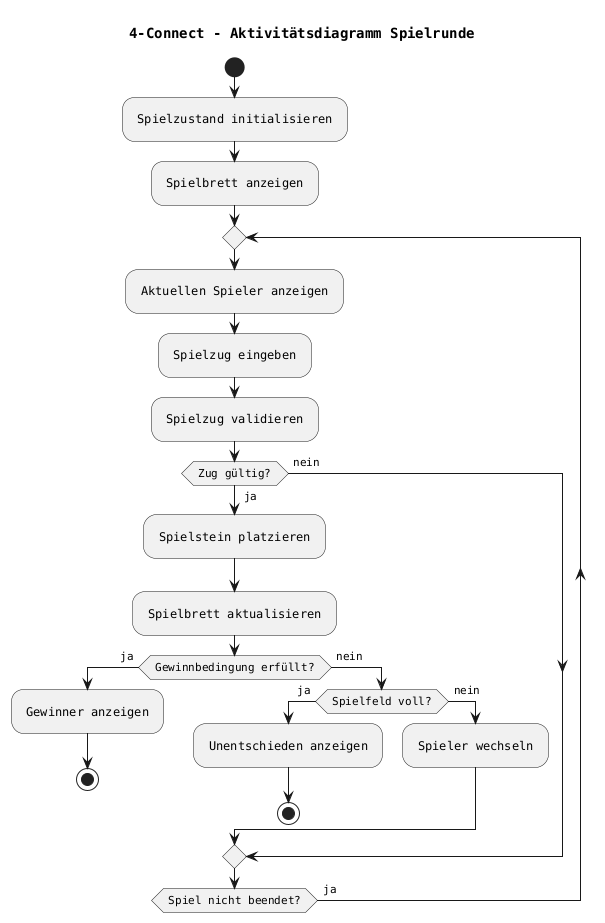
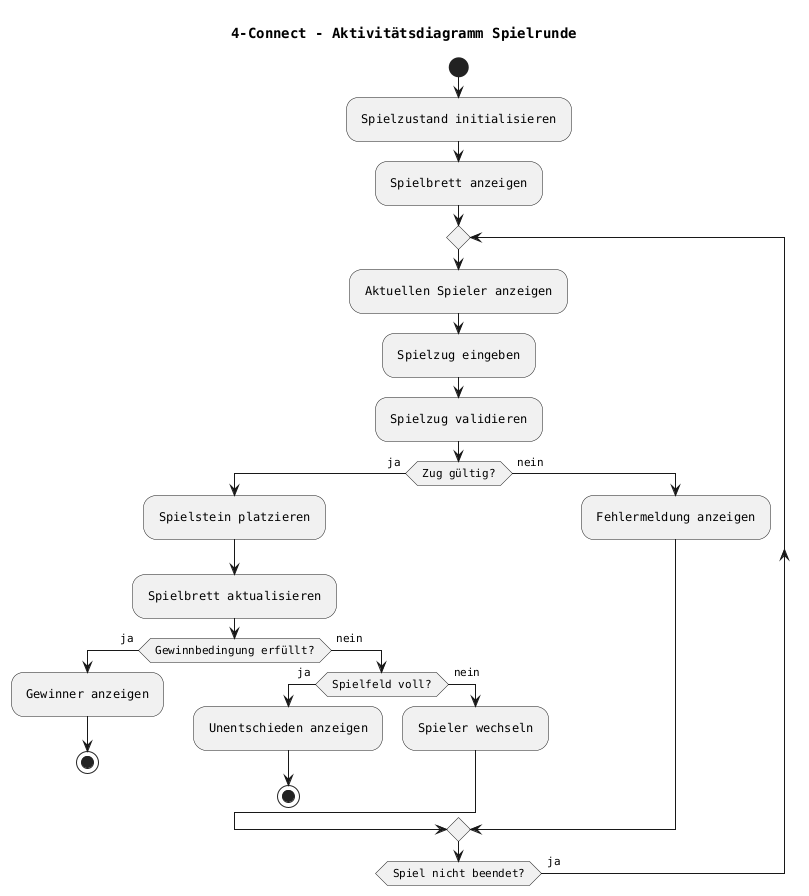
@startuml
title 4-Connect - Aktivitätsdiagramm Spielrunde

skinparam defaultFontName Monospaced
skinparam nodesep 300
skinparam ranksep 100
skinparam padding 5

start

:Spielzustand initialisieren;
:Spielbrett anzeigen;

repeat
  :Aktuellen Spieler anzeigen;
  :Spielzug eingeben;
  :Spielzug validieren;

  if (Zug gültig?) then (ja)
    :Spielstein platzieren;
    :Spielbrett aktualisieren;

    if (Gewinnbedingung erfüllt?) then (ja)
      :Gewinner anzeigen;
      stop
    else (nein)
      if (Spielfeld voll?) then (ja)
        :Unentschieden anzeigen;
        stop
      else (nein)
        :Spieler wechseln;
      endif
    endif

  else (nein)
+     :Fehlermeldung anzeigen;
  endif

repeat while (Spiel nicht beendet?) is (ja)

@enduml
